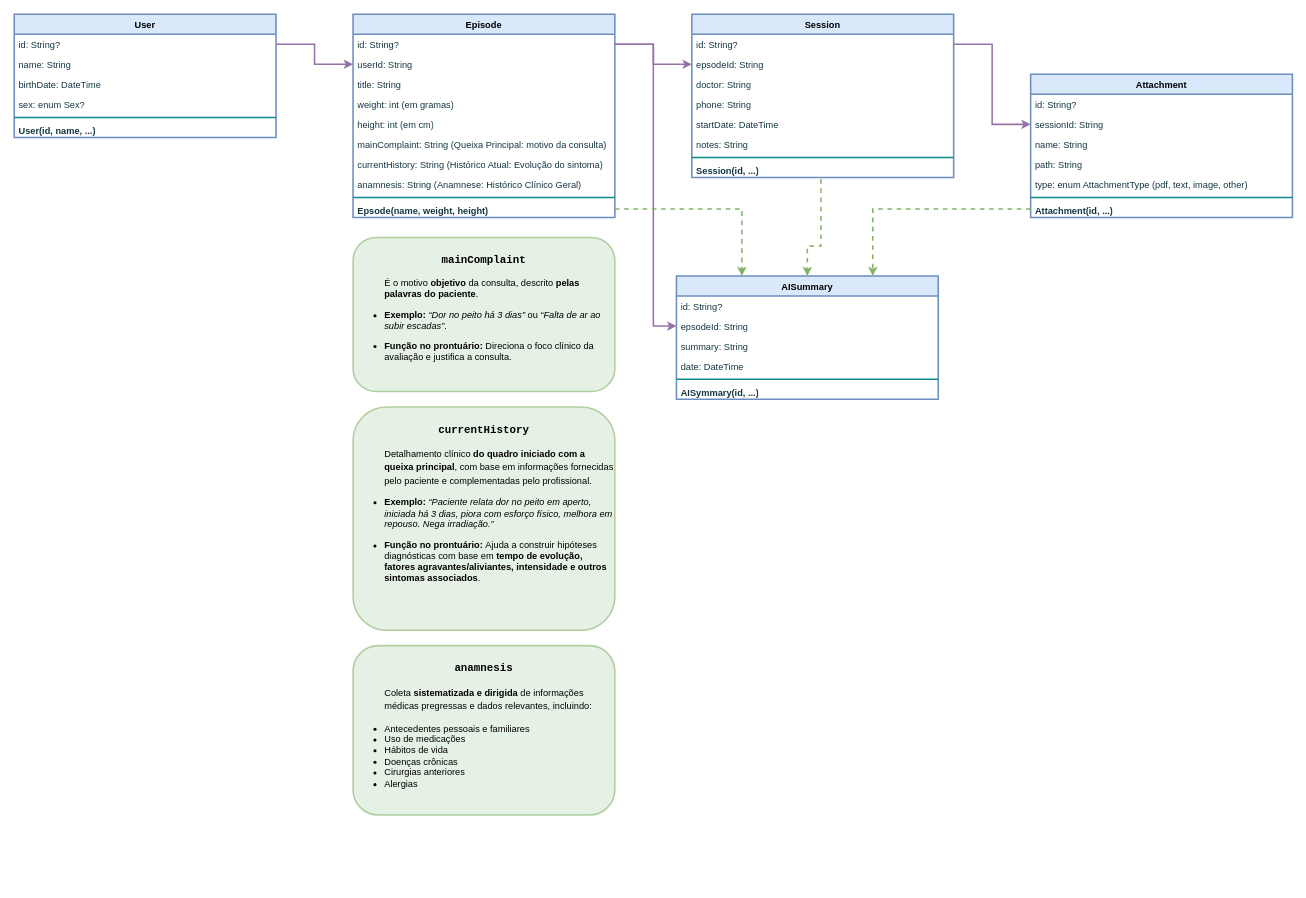
Before: docs/Diagrama de Classes.drawio in rudsonalves/prontu_ai, a draw.io diagram. Source tidied: cells renumbered, new cells numbered last; positions are measured from the earlier drawing's top-left corner, leaving out a move shared by most shapes. Both pictures are drawn from the tidied source at 77%, with x=0, y=0 at pixel (14, 14).
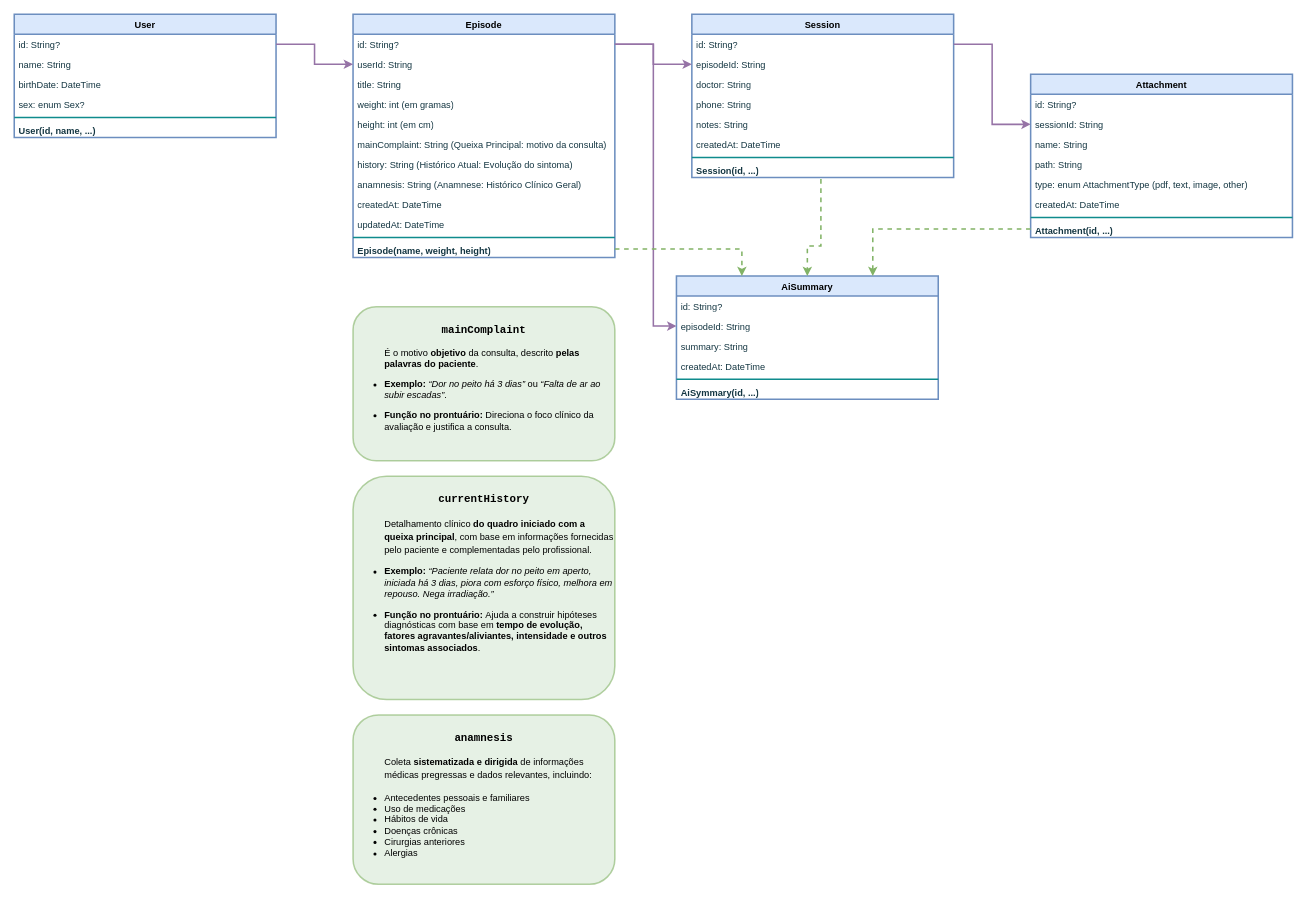
After the change.

Unchanged cells that the change refers to:
```xml
<mxCell id="13" value="Session" style="swimlane;fontStyle=1;align=center;verticalAlign=top;horizontal=1;startSize=26;whiteSpace=wrap;html=1;labelBackgroundColor=none;fillColor=#dae8fc;strokeColor=#6c8ebf;strokeWidth=2;" parent="1" vertex="1">
  <mxGeometry x="880" width="340" height="212" as="geometry" />
</mxCell>
```

What changed in the source:
```diff
@@
     <mxCell id="2" value="Episode" style="swimlane;fontStyle=1;align=center;verticalAlign=top;horizontal=1;startSize=26;whiteSpace=wrap;html=1;labelBackgroundColor=none;fillColor=#dae8fc;strokeColor=#6c8ebf;strokeWidth=2;" parent="1" vertex="1">
-      <mxGeometry x="440" width="340" height="264" as="geometry" />
+      <mxGeometry x="440" width="340" height="316" as="geometry" />
     </mxCell>
@@
-    <mxCell id="9" value="currentHistory: String (Histórico Atual: Evolução do sintoma)" style="text;strokeColor=none;fillColor=none;align=left;verticalAlign=top;spacingLeft=4;spacingRight=4;overflow=hidden;whiteSpace=wrap;html=1;labelBackgroundColor=none;fontColor=#143642;" parent="2" vertex="1">
+    <mxCell id="9" value="history: String (Histórico Atual: Evolução do sintoma)" style="text;strokeColor=none;fillColor=none;align=left;verticalAlign=top;spacingLeft=4;spacingRight=4;overflow=hidden;whiteSpace=wrap;html=1;labelBackgroundColor=none;fontColor=#143642;" parent="2" vertex="1">
       <mxGeometry y="182" width="340" height="26" as="geometry" />
     </mxCell>
@@
+    <mxCell id="54" value="createdAt: DateTime" style="text;strokeColor=none;fillColor=none;align=left;verticalAlign=top;spacingLeft=4;spacingRight=4;overflow=hidden;whiteSpace=wrap;html=1;labelBackgroundColor=none;fontColor=#143642;" parent="2" vertex="1">
+      <mxGeometry y="234" width="340" height="26" as="geometry" />
+    </mxCell>
+    <mxCell id="55" value="updatedAt: DateTime" style="text;strokeColor=none;fillColor=none;align=left;verticalAlign=top;spacingLeft=4;spacingRight=4;overflow=hidden;whiteSpace=wrap;html=1;labelBackgroundColor=none;fontColor=#143642;" parent="2" vertex="1">
+      <mxGeometry y="260" width="340" height="26" as="geometry" />
+    </mxCell>
     <mxCell id="11" style="line;strokeWidth=2;fillColor=none;align=left;verticalAlign=middle;spacingTop=-1;spacingLeft=3;spacingRight=3;labelPosition=right;strokeColor=#0F8B8D;labelBackgroundColor=none;fontColor=#143642;" parent="2" vertex="1">
-      <mxGeometry y="234" width="340" height="8" as="geometry" />
+      <mxGeometry y="286" width="340" height="8" as="geometry" />
     </mxCell>
-    <mxCell id="12" value="&lt;b&gt;Epsode(name, weight, height)&lt;/b&gt;" style="text;strokeColor=none;fillColor=none;align=left;verticalAlign=top;spacingLeft=4;spacingRight=4;overflow=hidden;points=[[0,0.5],[1,0.5]];portConstraint=eastwest;whiteSpace=wrap;html=1;labelBackgroundColor=none;fontColor=#143642;" parent="2" vertex="1">
-      <mxGeometry y="242" width="340" height="22" as="geometry" />
+    <mxCell id="12" value="&lt;b&gt;Episode(name, weight, height)&lt;/b&gt;" style="text;strokeColor=none;fillColor=none;align=left;verticalAlign=top;spacingLeft=4;spacingRight=4;overflow=hidden;points=[[0,0.5],[1,0.5]];portConstraint=eastwest;whiteSpace=wrap;html=1;labelBackgroundColor=none;fontColor=#143642;" parent="2" vertex="1">
+      <mxGeometry y="294" width="340" height="22" as="geometry" />
     </mxCell>
@@
-    <mxCell id="15" value="epsodeId: String" style="text;strokeColor=none;fillColor=none;align=left;verticalAlign=top;spacingLeft=4;spacingRight=4;overflow=hidden;points=[[0,0.5],[1,0.5]];portConstraint=eastwest;whiteSpace=wrap;html=1;labelBackgroundColor=none;fontColor=#143642;" parent="13" vertex="1">
+    <mxCell id="15" value="episodeId: String" style="text;strokeColor=none;fillColor=none;align=left;verticalAlign=top;spacingLeft=4;spacingRight=4;overflow=hidden;points=[[0,0.5],[1,0.5]];portConstraint=eastwest;whiteSpace=wrap;html=1;labelBackgroundColor=none;fontColor=#143642;" parent="13" vertex="1">
       <mxGeometry y="52" width="340" height="26" as="geometry" />
     </mxCell>
@@
+    <mxCell id="19" value="notes: String" style="text;strokeColor=none;fillColor=none;align=left;verticalAlign=top;spacingLeft=4;spacingRight=4;overflow=hidden;whiteSpace=wrap;html=1;labelBackgroundColor=none;fontColor=#143642;" parent="13" vertex="1">
+      <mxGeometry y="130" width="340" height="26" as="geometry" />
+    </mxCell>
-    <mxCell id="18" value="startDate: DateTime" style="text;strokeColor=none;fillColor=none;align=left;verticalAlign=top;spacingLeft=4;spacingRight=4;overflow=hidden;whiteSpace=wrap;html=1;labelBackgroundColor=none;fontColor=#143642;" parent="13" vertex="1">
-      <mxGeometry y="130" width="340" height="26" as="geometry" />
+    <mxCell id="18" value="createdAt: DateTime" style="text;strokeColor=none;fillColor=none;align=left;verticalAlign=top;spacingLeft=4;spacingRight=4;overflow=hidden;whiteSpace=wrap;html=1;labelBackgroundColor=none;fontColor=#143642;" parent="13" vertex="1">
+      <mxGeometry y="156" width="340" height="26" as="geometry" />
     </mxCell>
-    <mxCell id="19" value="notes: String" style="text;strokeColor=none;fillColor=none;align=left;verticalAlign=top;spacingLeft=4;spacingRight=4;overflow=hidden;whiteSpace=wrap;html=1;labelBackgroundColor=none;fontColor=#143642;" parent="13" vertex="1">
-      <mxGeometry y="156" width="340" height="26" as="geometry" />
-    </mxCell>
@@
     <mxCell id="22" value="Attachment" style="swimlane;fontStyle=1;align=center;verticalAlign=top;horizontal=1;startSize=26;whiteSpace=wrap;html=1;labelBackgroundColor=none;fillColor=#dae8fc;strokeColor=#6c8ebf;strokeWidth=2;" parent="1" vertex="1">
-      <mxGeometry x="1320" y="78" width="340" height="186" as="geometry" />
+      <mxGeometry x="1320" y="78" width="340" height="212" as="geometry" />
     </mxCell>
@@
+    <mxCell id="56" value="createdAt: DateTime" style="text;strokeColor=none;fillColor=none;align=left;verticalAlign=top;spacingLeft=4;spacingRight=4;overflow=hidden;whiteSpace=wrap;html=1;labelBackgroundColor=none;fontColor=#143642;" parent="22" vertex="1">
+      <mxGeometry y="156" width="340" height="26" as="geometry" />
+    </mxCell>
     <mxCell id="28" style="line;strokeWidth=2;fillColor=none;align=left;verticalAlign=middle;spacingTop=-1;spacingLeft=3;spacingRight=3;labelPosition=right;strokeColor=#0F8B8D;labelBackgroundColor=none;fontColor=#143642;" parent="22" vertex="1">
-      <mxGeometry y="156" width="340" height="8" as="geometry" />
+      <mxGeometry y="182" width="340" height="8" as="geometry" />
     </mxCell>
     <mxCell id="29" value="&lt;b&gt;Attachment(id, ...)&lt;/b&gt;" style="text;strokeColor=none;fillColor=none;align=left;verticalAlign=top;spacingLeft=4;spacingRight=4;overflow=hidden;points=[[0,0.5],[1,0.5]];portConstraint=eastwest;whiteSpace=wrap;html=1;labelBackgroundColor=none;fontColor=#143642;" parent="22" vertex="1">
-      <mxGeometry y="164" width="340" height="22" as="geometry" />
+      <mxGeometry y="190" width="340" height="22" as="geometry" />
     </mxCell>
@@
     <mxCell id="37" value="&lt;h3&gt;&lt;strong&gt;&lt;code&gt;anamnesis&lt;/code&gt;&lt;/strong&gt;&lt;/h3&gt;&lt;blockquote style=&quot;margin: 0 0 0 40px; border: none; padding: 0px;&quot;&gt;&lt;h3 style=&quot;text-align: left;&quot;&gt;&lt;span style=&quot;background-color: transparent; color: light-dark(rgb(0, 0, 0), rgb(255, 255, 255)); font-size: 12px; font-weight: normal;&quot;&gt;Coleta &lt;/span&gt;&lt;strong style=&quot;background-color: transparent; color: light-dark(rgb(0, 0, 0), rgb(255, 255, 255)); font-size: 12px;&quot;&gt;sistematizada e dirigida&lt;/strong&gt;&lt;span style=&quot;background-color: transparent; color: light-dark(rgb(0, 0, 0), rgb(255, 255, 255)); font-size: 12px; font-weight: normal;&quot;&gt; de informações médicas pregressas e dados relevantes, incluindo:&lt;/span&gt;&lt;/h3&gt;&lt;/blockquote&gt;&lt;ul&gt;&lt;li style=&quot;text-align: left;&quot;&gt;&lt;span style=&quot;background-color: transparent; color: light-dark(rgb(0, 0, 0), rgb(255, 255, 255));&quot;&gt;Antecedentes pessoais e familiares&lt;/span&gt;&lt;/li&gt;&lt;li style=&quot;text-align: left;&quot;&gt;&lt;span style=&quot;background-color: transparent; color: light-dark(rgb(0, 0, 0), rgb(255, 255, 255));&quot;&gt;Uso de medicações&lt;/span&gt;&lt;/li&gt;&lt;li style=&quot;text-align: left;&quot;&gt;&lt;span style=&quot;background-color: transparent; color: light-dark(rgb(0, 0, 0), rgb(255, 255, 255));&quot;&gt;Hábitos de vida&lt;/span&gt;&lt;/li&gt;&lt;li style=&quot;text-align: left;&quot;&gt;&lt;span style=&quot;background-color: transparent; color: light-dark(rgb(0, 0, 0), rgb(255, 255, 255));&quot;&gt;Doenças crônicas&lt;/span&gt;&lt;/li&gt;&lt;li style=&quot;text-align: left;&quot;&gt;&lt;span style=&quot;background-color: transparent; color: light-dark(rgb(0, 0, 0), rgb(255, 255, 255));&quot;&gt;Cirurgias anteriores&lt;/span&gt;&lt;/li&gt;&lt;li style=&quot;text-align: left;&quot;&gt;&lt;span style=&quot;background-color: transparent; color: light-dark(rgb(0, 0, 0), rgb(255, 255, 255));&quot;&gt;Alergias&lt;/span&gt;&lt;/li&gt;&lt;/ul&gt;" style="rounded=1;whiteSpace=wrap;html=1;fillColor=#d5e8d4;strokeColor=#82b366;verticalAlign=top;opacity=60;strokeWidth=2;" parent="1" vertex="1">
-      <mxGeometry x="440" y="820" width="340" height="220" as="geometry" />
+      <mxGeometry x="440" y="910" width="340" height="220" as="geometry" />
     </mxCell>
     <mxCell id="38" value="&lt;h3&gt;&lt;strong&gt;&lt;code&gt;currentHistory&lt;/code&gt;&lt;/strong&gt;&lt;/h3&gt;&lt;blockquote style=&quot;margin: 0 0 0 40px; border: none; padding: 0px;&quot;&gt;&lt;h3 style=&quot;text-align: left;&quot;&gt;&lt;span style=&quot;background-color: transparent; color: light-dark(rgb(0, 0, 0), rgb(255, 255, 255)); font-size: 12px; font-weight: normal;&quot;&gt;Detalhamento clínico &lt;/span&gt;&lt;strong style=&quot;text-align: left; background-color: transparent; color: light-dark(rgb(0, 0, 0), rgb(255, 255, 255)); font-size: 12px;&quot;&gt;do quadro iniciado com a queixa principal&lt;/strong&gt;&lt;span style=&quot;text-align: left; background-color: transparent; color: light-dark(rgb(0, 0, 0), rgb(255, 255, 255)); font-size: 12px; font-weight: normal;&quot;&gt;, com base em informações fornecidas pelo paciente e complementadas pelo profissional.&lt;/span&gt;&lt;/h3&gt;&lt;/blockquote&gt;&lt;ul&gt;&lt;li&gt;&lt;p style=&quot;text-align: left;&quot;&gt;&lt;strong&gt;Exemplo:&amp;nbsp;&lt;/strong&gt;&lt;em&gt;“Paciente relata dor no peito em aperto, iniciada há 3 dias, piora com esforço físico, melhora em repouso. Nega irradiação.”&lt;/em&gt;&lt;/p&gt;&lt;/li&gt;&lt;li&gt;&lt;p style=&quot;text-align: left;&quot;&gt;&lt;strong style=&quot;background-color: transparent; color: light-dark(rgb(0, 0, 0), rgb(255, 255, 255));&quot;&gt;Função no prontuário:&amp;nbsp;&lt;/strong&gt;&lt;span style=&quot;background-color: transparent; color: light-dark(rgb(0, 0, 0), rgb(255, 255, 255));&quot;&gt;Ajuda a construir hipóteses diagnósticas com base em &lt;/span&gt;&lt;strong style=&quot;background-color: transparent; color: light-dark(rgb(0, 0, 0), rgb(255, 255, 255));&quot;&gt;tempo de evolução, fatores agravantes/aliviantes, intensidade e outros sintomas associados&lt;/strong&gt;&lt;span style=&quot;background-color: transparent; color: light-dark(rgb(0, 0, 0), rgb(255, 255, 255));&quot;&gt;.&lt;/span&gt;&lt;/p&gt;&lt;/li&gt;&lt;/ul&gt;" style="rounded=1;whiteSpace=wrap;html=1;fillColor=#d5e8d4;strokeColor=#82b366;verticalAlign=top;opacity=60;strokeWidth=2;" parent="1" vertex="1">
-      <mxGeometry x="440" y="510" width="340" height="290" as="geometry" />
+      <mxGeometry x="440" y="600" width="340" height="290" as="geometry" />
     </mxCell>
     <mxCell id="39" value="&lt;h3&gt;&lt;strong&gt;&lt;code&gt;mainComplaint&lt;/code&gt;&lt;/strong&gt;&lt;/h3&gt;&lt;blockquote style=&quot;text-align: left; margin: 0px 0px 0px 40px; border: none; padding: 0px;&quot;&gt;&lt;span style=&quot;background-color: transparent; color: light-dark(rgb(0, 0, 0), rgb(255, 255, 255));&quot;&gt;É o motivo &lt;/span&gt;&lt;strong style=&quot;text-align: left; background-color: transparent; color: light-dark(rgb(0, 0, 0), rgb(255, 255, 255));&quot;&gt;objetivo&lt;/strong&gt;&lt;span style=&quot;text-align: left; background-color: transparent; color: light-dark(rgb(0, 0, 0), rgb(255, 255, 255));&quot;&gt; da consulta, descrito &lt;/span&gt;&lt;strong style=&quot;text-align: left; background-color: transparent; color: light-dark(rgb(0, 0, 0), rgb(255, 255, 255));&quot;&gt;pelas palavras do paciente&lt;/strong&gt;&lt;span style=&quot;text-align: left; background-color: transparent; color: light-dark(rgb(0, 0, 0), rgb(255, 255, 255));&quot;&gt;.&lt;/span&gt;&lt;/blockquote&gt;&lt;ul&gt;&lt;li&gt;&lt;p style=&quot;text-align: left;&quot;&gt;&lt;strong&gt;Exemplo:&amp;nbsp;&lt;/strong&gt;&lt;em&gt;“Dor no peito há 3 dias”&lt;/em&gt; ou &lt;em&gt;“Falta de ar ao subir escadas”&lt;/em&gt;.&lt;/p&gt;&lt;/li&gt;&lt;li&gt;&lt;div style=&quot;text-align: left;&quot;&gt;&lt;strong style=&quot;background-color: transparent; color: light-dark(rgb(0, 0, 0), rgb(255, 255, 255));&quot;&gt;Função no prontuário:&amp;nbsp;&lt;/strong&gt;&lt;span style=&quot;background-color: transparent; color: light-dark(rgb(0, 0, 0), rgb(255, 255, 255)); text-align: center;&quot;&gt;Direciona o foco clínico da avaliação e justifica a consulta.&lt;/span&gt;&lt;/div&gt;&lt;p&gt;&lt;/p&gt;&lt;/li&gt;&lt;/ul&gt;" style="rounded=1;whiteSpace=wrap;html=1;fillColor=#d5e8d4;strokeColor=#82b366;verticalAlign=top;strokeWidth=2;opacity=60;" parent="1" vertex="1">
-      <mxGeometry x="440" y="290" width="340" height="200" as="geometry" />
+      <mxGeometry x="440" y="380" width="340" height="200" as="geometry" />
     </mxCell>
-    <mxCell id="40" value="AISummary" style="swimlane;fontStyle=1;align=center;verticalAlign=top;horizontal=1;startSize=26;whiteSpace=wrap;html=1;labelBackgroundColor=none;fillColor=#dae8fc;strokeColor=#6c8ebf;strokeWidth=2;" parent="1" vertex="1">
+    <mxCell id="40" value="AiSummary" style="swimlane;fontStyle=1;align=center;verticalAlign=top;horizontal=1;startSize=26;whiteSpace=wrap;html=1;labelBackgroundColor=none;fillColor=#dae8fc;strokeColor=#6c8ebf;strokeWidth=2;" parent="1" vertex="1">
       <mxGeometry x="860" y="340" width="340" height="160" as="geometry" />
     </mxCell>
@@
-    <mxCell id="42" value="epsodeId: String" style="text;strokeColor=none;fillColor=none;align=left;verticalAlign=top;spacingLeft=4;spacingRight=4;overflow=hidden;points=[[0,0.5],[1,0.5]];portConstraint=eastwest;whiteSpace=wrap;html=1;labelBackgroundColor=none;fontColor=#143642;" parent="40" vertex="1">
+    <mxCell id="42" value="episodeId: String" style="text;strokeColor=none;fillColor=none;align=left;verticalAlign=top;spacingLeft=4;spacingRight=4;overflow=hidden;points=[[0,0.5],[1,0.5]];portConstraint=eastwest;whiteSpace=wrap;html=1;labelBackgroundColor=none;fontColor=#143642;" parent="40" vertex="1">
       <mxGeometry y="52" width="340" height="26" as="geometry" />
     </mxCell>
@@
-    <mxCell id="44" value="date: DateTime" style="text;strokeColor=none;fillColor=none;align=left;verticalAlign=top;spacingLeft=4;spacingRight=4;overflow=hidden;whiteSpace=wrap;html=1;labelBackgroundColor=none;fontColor=#143642;" parent="40" vertex="1">
+    <mxCell id="44" value="createdAt: DateTime" style="text;strokeColor=none;fillColor=none;align=left;verticalAlign=top;spacingLeft=4;spacingRight=4;overflow=hidden;whiteSpace=wrap;html=1;labelBackgroundColor=none;fontColor=#143642;" parent="40" vertex="1">
       <mxGeometry y="104" width="340" height="26" as="geometry" />
     </mxCell>
@@
-    <mxCell id="46" value="&lt;b&gt;AISymmary(id, ...)&lt;/b&gt;" style="text;strokeColor=none;fillColor=none;align=left;verticalAlign=top;spacingLeft=4;spacingRight=4;overflow=hidden;whiteSpace=wrap;html=1;labelBackgroundColor=none;fontColor=#143642;" parent="40" vertex="1">
+    <mxCell id="46" value="&lt;b&gt;AiSymmary(id, ...)&lt;/b&gt;" style="text;strokeColor=none;fillColor=none;align=left;verticalAlign=top;spacingLeft=4;spacingRight=4;overflow=hidden;whiteSpace=wrap;html=1;labelBackgroundColor=none;fontColor=#143642;" parent="40" vertex="1">
       <mxGeometry y="138" width="340" height="22" as="geometry" />
     </mxCell>
```
